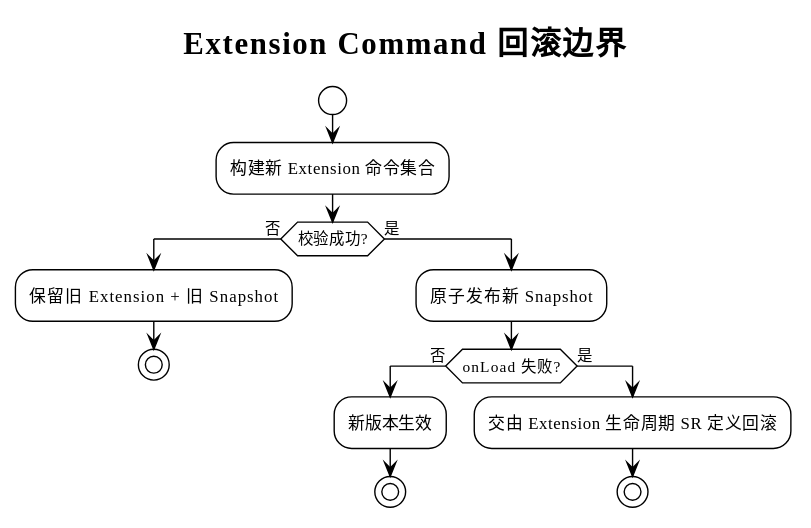
This is diagrams/extension-command/17-rollback-boundary.svg from superheromeZzh/pi-mono-java-design, a PlantUML export, as it was before one commit. The source it was exported from:
```plantuml
@startuml
!theme plain
!pragma layout smetana
skinparam defaultFontName "PingFang SC"
skinparam shadowing false
skinparam backgroundColor transparent
title Extension Command 回滚边界

start
:构建新 Extension 命令集合;
if (校验成功?) then (否)
  :保留旧 Extension + 旧 Snapshot;
  stop
else (是)
  :原子发布新 Snapshot;
  if (onLoad 失败?) then (否)
    :新版本生效;
    stop
  else (是)
    :交由 Extension 生命周期 SR 定义回滚;
    stop
  endif
endif
@enduml
```
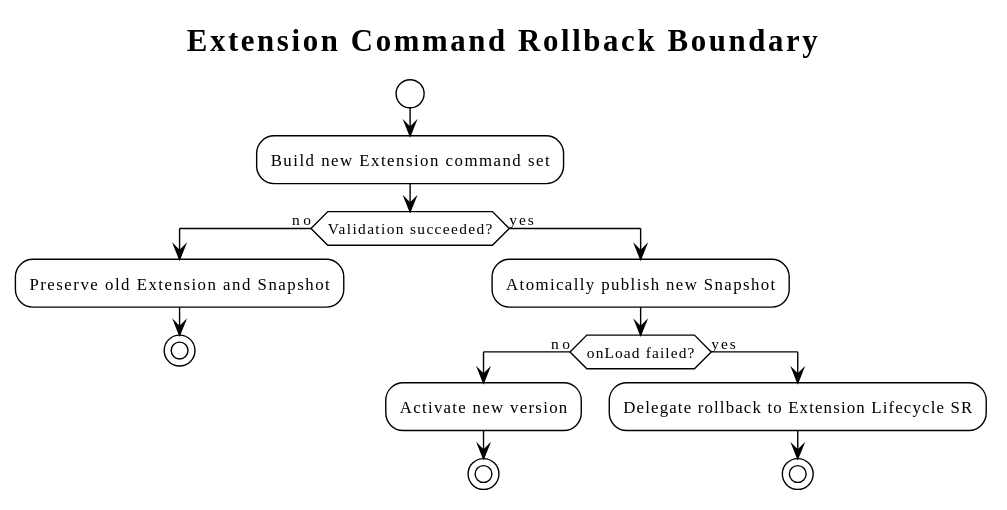
After the commit.

Change to the diagram source:
```diff
@@ -1,23 +1,23 @@
 @startuml
 !theme plain
 !pragma layout smetana
-skinparam defaultFontName "PingFang SC"
+skinparam defaultFontName "SansSerif"
 skinparam shadowing false
 skinparam backgroundColor transparent
-title Extension Command 回滚边界
+title Extension Command Rollback Boundary
 
 start
-:构建新 Extension 命令集合;
-if (校验成功?) then (否)
-  :保留旧 Extension + 旧 Snapshot;
+:Build new Extension command set;
+if (Validation succeeded?) then (no)
+  :Preserve old Extension and Snapshot;
   stop
-else (是)
-  :原子发布新 Snapshot;
-  if (onLoad 失败?) then (否)
-    :新版本生效;
+else (yes)
+  :Atomically publish new Snapshot;
+  if (onLoad failed?) then (no)
+    :Activate new version;
     stop
-  else (是)
-    :交由 Extension 生命周期 SR 定义回滚;
+  else (yes)
+    :Delegate rollback to Extension Lifecycle SR;
     stop
   endif
 endif
```
